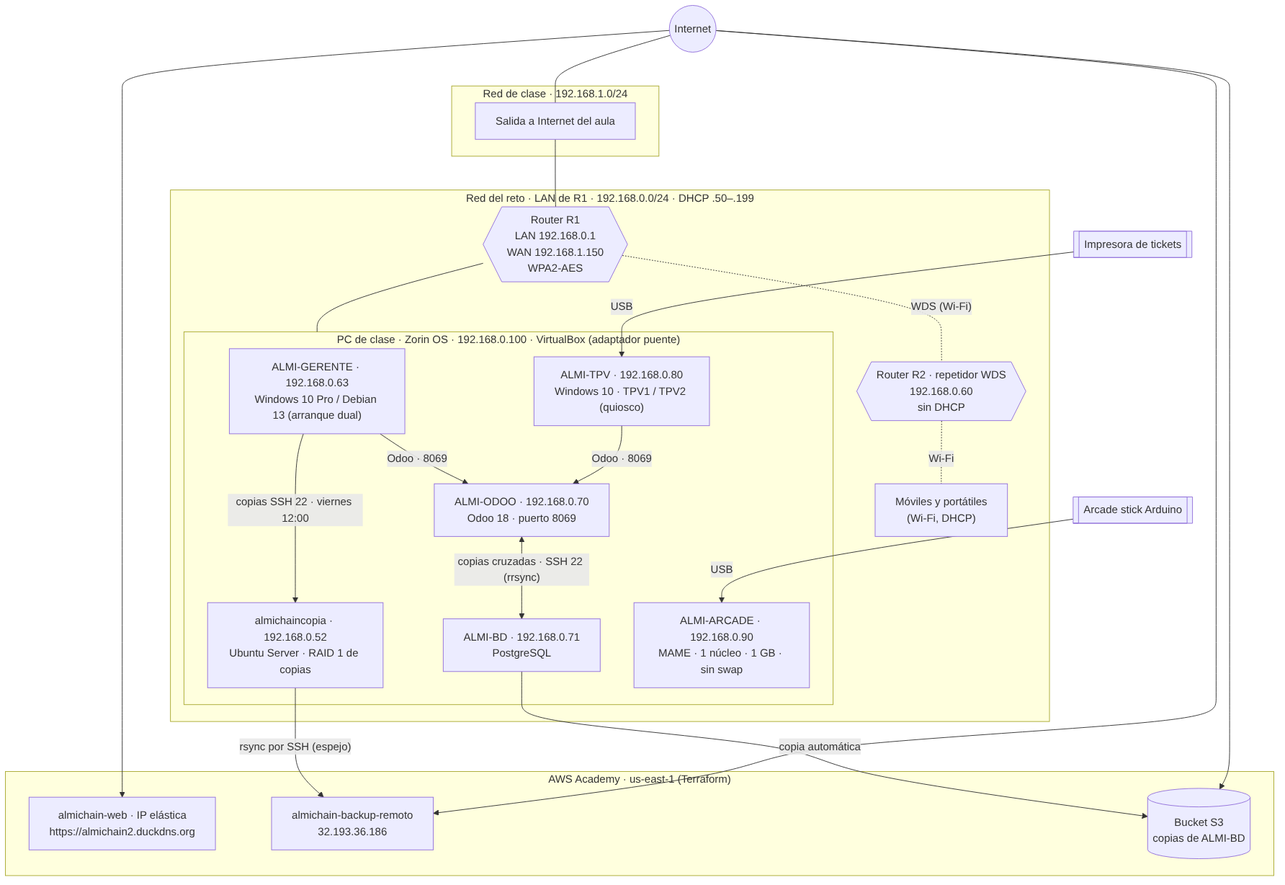
Above: diagramas/arquitectura-global.png in krako829/almichain-reto1 (Mermaid), before the change. Its source is kept beside it as diagramas/arquitectura-global.mmd.
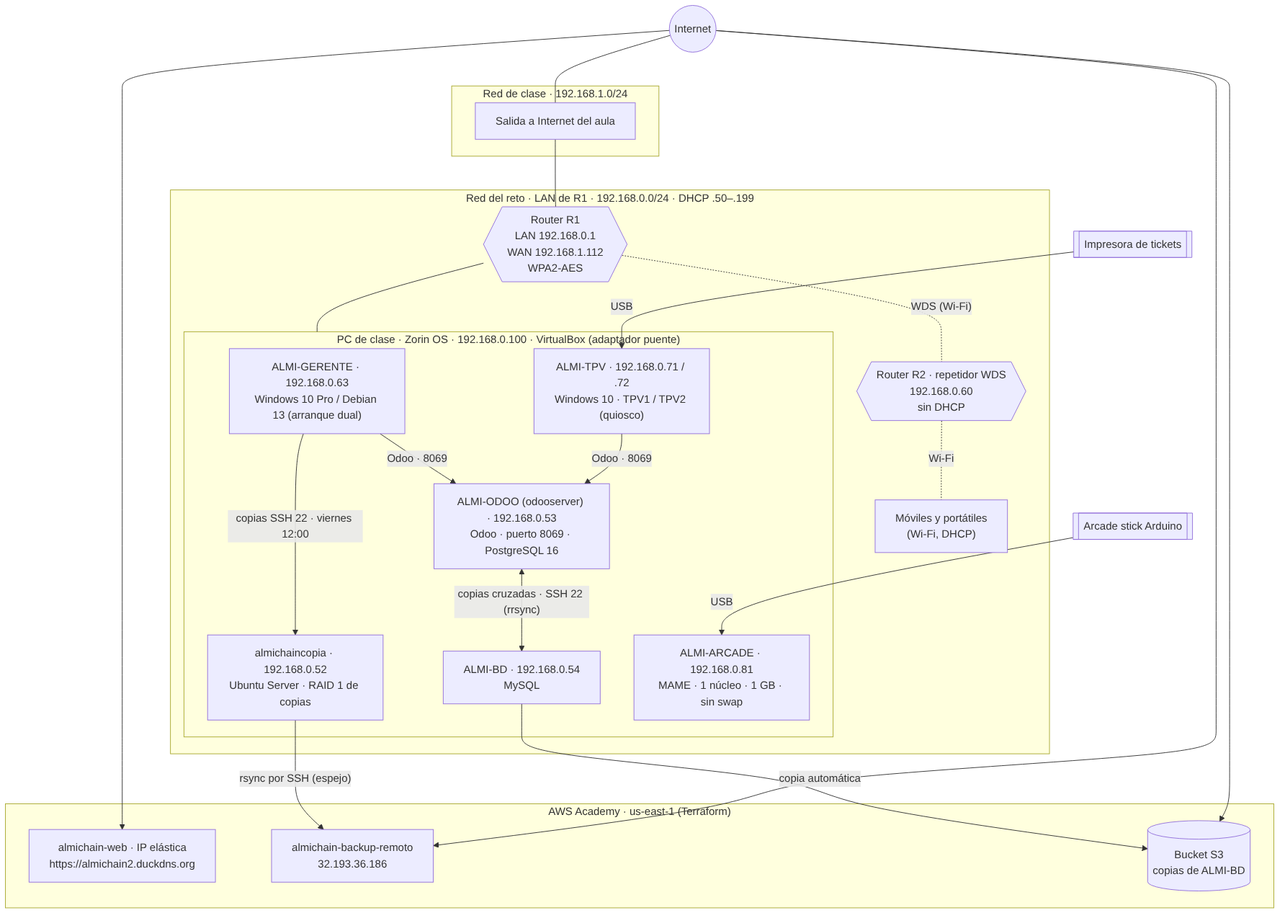
Above is the later version.

Diff of the diagram source:
```diff
@@ -4,15 +4,15 @@
     GWC["Salida a Internet del aula"]
   end
   subgraph LAN["Red del reto · LAN de R1 · 192.168.0.0/24 · DHCP .50–.199"]
-    R1{{"Router R1<br/>LAN 192.168.0.1<br/>WAN 192.168.1.150<br/>WPA2-AES"}}
+    R1{{"Router R1<br/>LAN 192.168.0.1<br/>WAN 192.168.1.112<br/>WPA2-AES"}}
     R2{{"Router R2 · repetidor WDS<br/>192.168.0.60<br/>sin DHCP"}}
     subgraph PCC["PC de clase · Zorin OS · 192.168.0.100 · VirtualBox (adaptador puente)"]
       GER["ALMI-GERENTE · 192.168.0.63<br/>Windows 10 Pro / Debian 13 (arranque dual)"]
       COP["almichaincopia · 192.168.0.52<br/>Ubuntu Server · RAID 1 de copias"]
-      TPV["ALMI-TPV · 192.168.0.80<br/>Windows 10 · TPV1 / TPV2 (quiosco)"]
-      ODOO["ALMI-ODOO · 192.168.0.70<br/>Odoo 18 · puerto 8069"]
-      BD["ALMI-BD · 192.168.0.71<br/>PostgreSQL"]
-      ARC["ALMI-ARCADE · 192.168.0.90<br/>MAME · 1 núcleo · 1 GB · sin swap"]
+      TPV["ALMI-TPV · 192.168.0.71 / .72<br/>Windows 10 · TPV1 / TPV2 (quiosco)"]
+      ODOO["ALMI-ODOO (odooserver) · 192.168.0.53<br/>Odoo · puerto 8069 · PostgreSQL 16"]
+      BD["ALMI-BD · 192.168.0.54<br/>MySQL"]
+      ARC["ALMI-ARCADE · 192.168.0.81<br/>MAME · 1 núcleo · 1 GB · sin swap"]
     end
     MOV["Móviles y portátiles<br/>(Wi-Fi, DHCP)"]
   end
```
